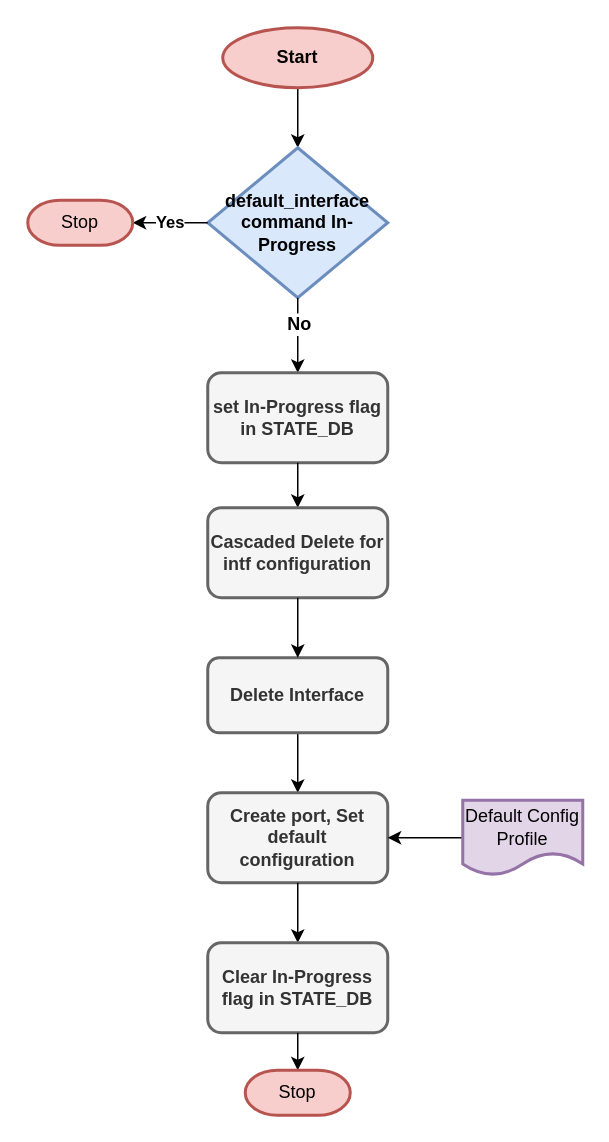
Before: manageability/images/default_interface_flow_chart.drawio in sg893052/sonic-buildimage, a draw.io diagram. Source tidied: cells renumbered, new cells numbered last; positions are measured from the earlier drawing's top-left corner, leaving out a move shared by most shapes. Both pictures are drawn from the tidied source at 150%, with x=0, y=0 at pixel (27, 27).
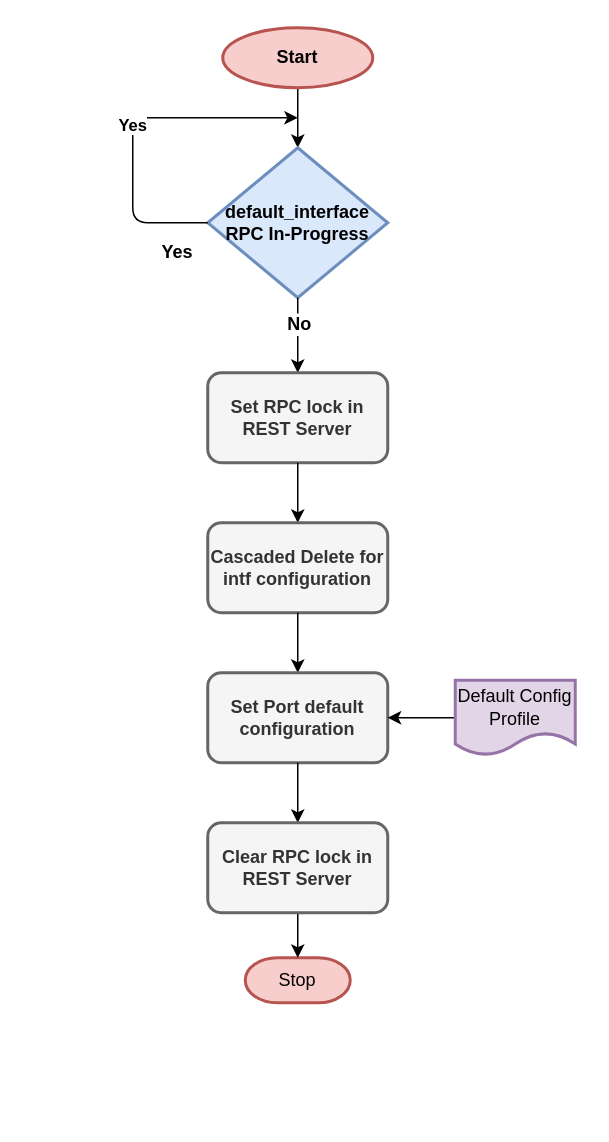
The same diagram, later.

Diff of the diagram source:
```diff
@@
-    <mxCell id="4" value="default_interface command In-Progress" style="rhombus;whiteSpace=wrap;html=1;strokeWidth=2;fillColor=#dae8fc;strokeColor=#6c8ebf;fontStyle=1;" parent="1" vertex="1">
+    <mxCell id="4" value="default_interface RPC In-Progress" style="rhombus;whiteSpace=wrap;html=1;strokeWidth=2;fillColor=#dae8fc;strokeColor=#6c8ebf;fontStyle=1;" parent="1" vertex="1">
       <mxGeometry x="120" y="80" width="120" height="100" as="geometry" />
     </mxCell>
@@
-    <mxCell id="7" value="&lt;b&gt;Yes&lt;/b&gt;" style="endArrow=classic;html=1;exitX=0;exitY=0.5;exitDx=0;exitDy=0;entryX=1;entryY=0.5;entryDx=0;entryDy=0;entryPerimeter=0;" parent="1" edge="1" source="4" target="8">
-      <mxGeometry relative="1" as="geometry" />
-    </mxCell>
-    <mxCell id="8" value="Stop" style="strokeWidth=2;html=1;shape=mxgraph.flowchart.terminator;whiteSpace=wrap;fillColor=#f8cecc;strokeColor=#b85450;" parent="1" vertex="1">
-      <mxGeometry y="115" width="70" height="30" as="geometry" />
-    </mxCell>
-    <mxCell id="9" value="set In-Progress flag in STATE_DB" style="rounded=1;whiteSpace=wrap;html=1;strokeWidth=2;fillColor=#f5f5f5;strokeColor=#666666;fontColor=#333333;fontStyle=1;" parent="1" vertex="1">
+    <mxCell id="9" value="Set RPC lock in REST Server" style="rounded=1;whiteSpace=wrap;html=1;strokeWidth=2;fillColor=#f5f5f5;strokeColor=#666666;fontColor=#333333;fontStyle=1;" parent="1" vertex="1">
       <mxGeometry x="120" y="230" width="120" height="60" as="geometry" />
     </mxCell>
@@
     <mxCell id="11" value="Cascaded Delete for intf configuration" style="rounded=1;whiteSpace=wrap;html=1;strokeWidth=2;fillColor=#f5f5f5;strokeColor=#666666;fontColor=#333333;fontStyle=1;" parent="1" vertex="1">
-      <mxGeometry x="120" y="320" width="120" height="60" as="geometry" />
+      <mxGeometry x="120" y="330" width="120" height="60" as="geometry" />
     </mxCell>
-    <mxCell id="12" style="edgeStyle=orthogonalEdgeStyle;rounded=0;jettySize=auto;html=1;" parent="1" edge="1" source="13" target="15">
-      <mxGeometry relative="1" as="geometry" />
-    </mxCell>
-    <mxCell id="13" value="Delete Interface" style="rounded=1;whiteSpace=wrap;html=1;strokeWidth=2;fillColor=#f5f5f5;strokeColor=#666666;fontColor=#333333;fontStyle=1;" parent="1" vertex="1">
-      <mxGeometry x="120" y="420" width="120" height="50" as="geometry" />
-    </mxCell>
-    <mxCell id="14" style="endArrow=classic;html=1;exitX=0.5;exitY=1;exitDx=0;exitDy=0;entryX=0.5;entryY=0;entryDx=0;entryDy=0;" parent="1" edge="1" source="11" target="13">
+    <mxCell id="14" style="endArrow=classic;html=1;exitX=0.5;exitY=1;exitDx=0;exitDy=0;entryX=0.5;entryY=0;entryDx=0;entryDy=0;" parent="1" edge="1" source="11" target="15">
       <mxGeometry relative="1" as="geometry" />
     </mxCell>
-    <mxCell id="15" value="Create port, Set default configuration" style="rounded=1;whiteSpace=wrap;html=1;strokeWidth=2;fillColor=#f5f5f5;strokeColor=#666666;fontColor=#333333;fontStyle=1;" parent="1" vertex="1">
-      <mxGeometry x="120" y="510" width="120" height="60" as="geometry" />
+    <mxCell id="15" value="Set Port default configuration" style="rounded=1;whiteSpace=wrap;html=1;strokeWidth=2;fillColor=#f5f5f5;strokeColor=#666666;fontColor=#333333;fontStyle=1;" parent="1" vertex="1">
+      <mxGeometry x="120" y="430" width="120" height="60" as="geometry" />
     </mxCell>
@@
     <mxCell id="17" value="Default Config Profile" style="shape=document;whiteSpace=wrap;html=1;boundedLbl=1;rounded=1;strokeWidth=2;fillColor=#e1d5e7;strokeColor=#9673a6;" parent="1" vertex="1">
-      <mxGeometry x="290" y="515" width="80" height="50" as="geometry" />
+      <mxGeometry x="285" y="435" width="80" height="50" as="geometry" />
     </mxCell>
-    <mxCell id="18" style="endArrow=classic;html=1;exitX=0.5;exitY=1;exitDx=0;exitDy=0;entryX=0.5;entryY=0;entryDx=0;entryDy=0;" parent="1" edge="1" source="15" target="19">
+    <mxCell id="18" style="endArrow=classic;html=1;exitX=0.5;exitY=1;exitDx=0;exitDy=0;entryX=0.5;entryY=0;entryDx=0;entryDy=0;" parent="1" edge="1" source="15" target="23">
       <mxGeometry relative="1" as="geometry" />
     </mxCell>
-    <mxCell id="19" value="Clear In-Progress flag in STATE_DB" style="rounded=1;whiteSpace=wrap;html=1;strokeWidth=2;fillColor=#f5f5f5;strokeColor=#666666;fontColor=#333333;fontStyle=1;" parent="1" vertex="1">
-      <mxGeometry x="120" y="610" width="120" height="60" as="geometry" />
-    </mxCell>
-    <mxCell id="20" style="endArrow=classic;html=1;exitX=0.5;exitY=1;exitDx=0;exitDy=0;entryX=0.5;entryY=0;entryDx=0;entryDy=0;entryPerimeter=0;" parent="1" edge="1" source="19" target="21">
-      <mxGeometry relative="1" as="geometry" />
-    </mxCell>
     <mxCell id="21" value="Stop" style="strokeWidth=2;html=1;shape=mxgraph.flowchart.terminator;whiteSpace=wrap;fillColor=#f8cecc;strokeColor=#b85450;" parent="1" vertex="1">
-      <mxGeometry x="145" y="695" width="70" height="30" as="geometry" />
+      <mxGeometry x="145" y="620" width="70" height="30" as="geometry" />
     </mxCell>
+    <mxCell id="22" style="edgeStyle=orthogonalEdgeStyle;rounded=0;jettySize=auto;html=1;entryX=0.5;entryY=0;entryDx=0;entryDy=0;entryPerimeter=0;" parent="1" edge="1" source="23" target="21">
+      <mxGeometry relative="1" as="geometry" />
+    </mxCell>
+    <mxCell id="23" value="Clear RPC lock in REST Server" style="rounded=1;whiteSpace=wrap;html=1;strokeWidth=2;fillColor=#f5f5f5;strokeColor=#666666;fontColor=#333333;fontStyle=1;" parent="1" vertex="1">
+      <mxGeometry x="120" y="530" width="120" height="60" as="geometry" />
+    </mxCell>
+    <mxCell id="24" value="&lt;b&gt;Yes&lt;/b&gt;" style="edgeStyle=segmentEdgeStyle;endArrow=classic;html=1;exitX=0;exitY=0.5;exitDx=0;exitDy=0;" parent="1" edge="1" source="4">
+      <mxGeometry relative="1" as="geometry">
+        <mxPoint x="180" y="60" as="targetPoint" />
+        <Array as="points">
+          <mxPoint x="70" y="130" />
+          <mxPoint x="70" y="60" />
+        </Array>
+      </mxGeometry>
+    </mxCell>
+    <mxCell id="25" value="&lt;b&gt;Yes&lt;/b&gt;" style="text;html=1;strokeColor=none;fillColor=none;align=center;verticalAlign=middle;whiteSpace=wrap;rounded=0;" parent="1" vertex="1">
+      <mxGeometry x="80" y="140" width="40" height="20" as="geometry" />
+    </mxCell>
```
